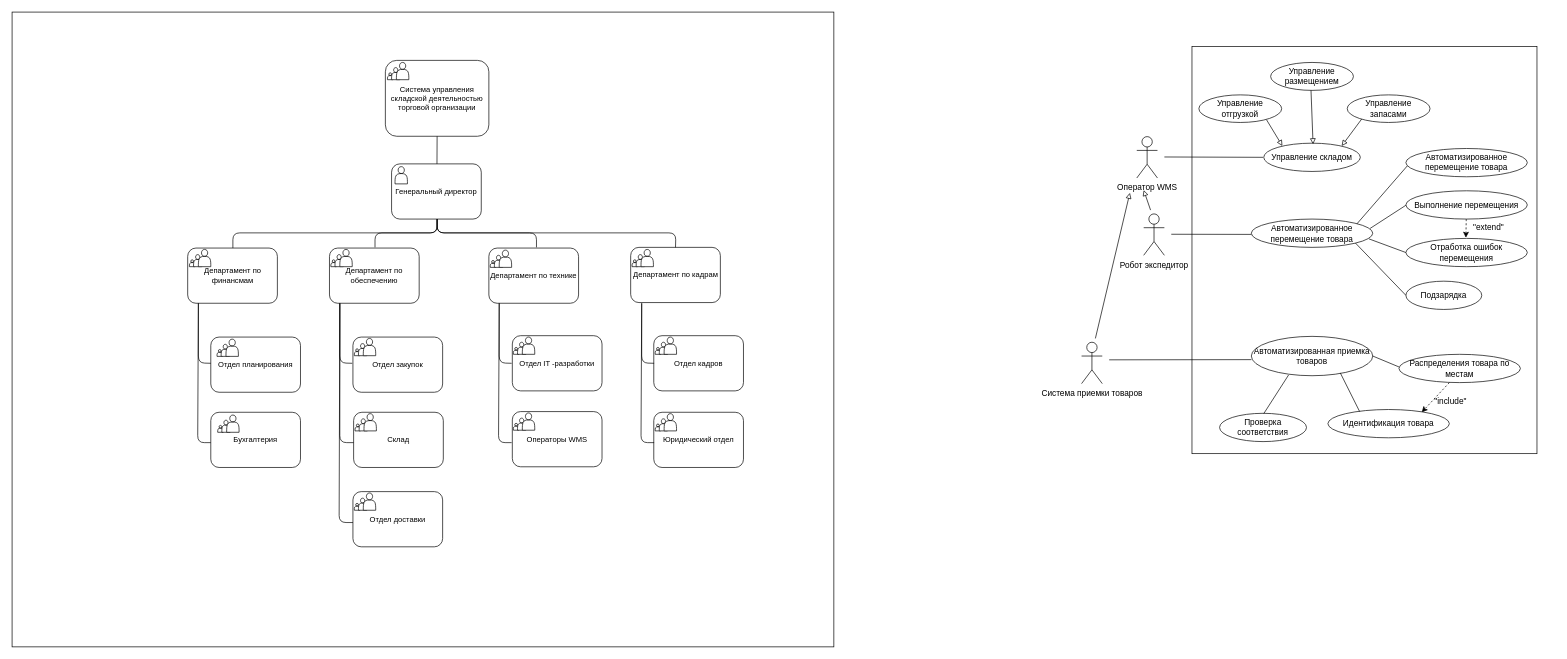
The draw.io diagram Диаграммы для ПР3.drawio in tlt15/obosnovanie-i-razrabotca-trebovaniy-k-programnim-sistemam, before the edit. Source tidied: cells renumbered, new cells numbered last; positions are measured from the earlier drawing's top-left corner, leaving out a move shared by most shapes. Both pictures are drawn from the tidied source at 69%, with x=0, y=0 at pixel (12, 12).
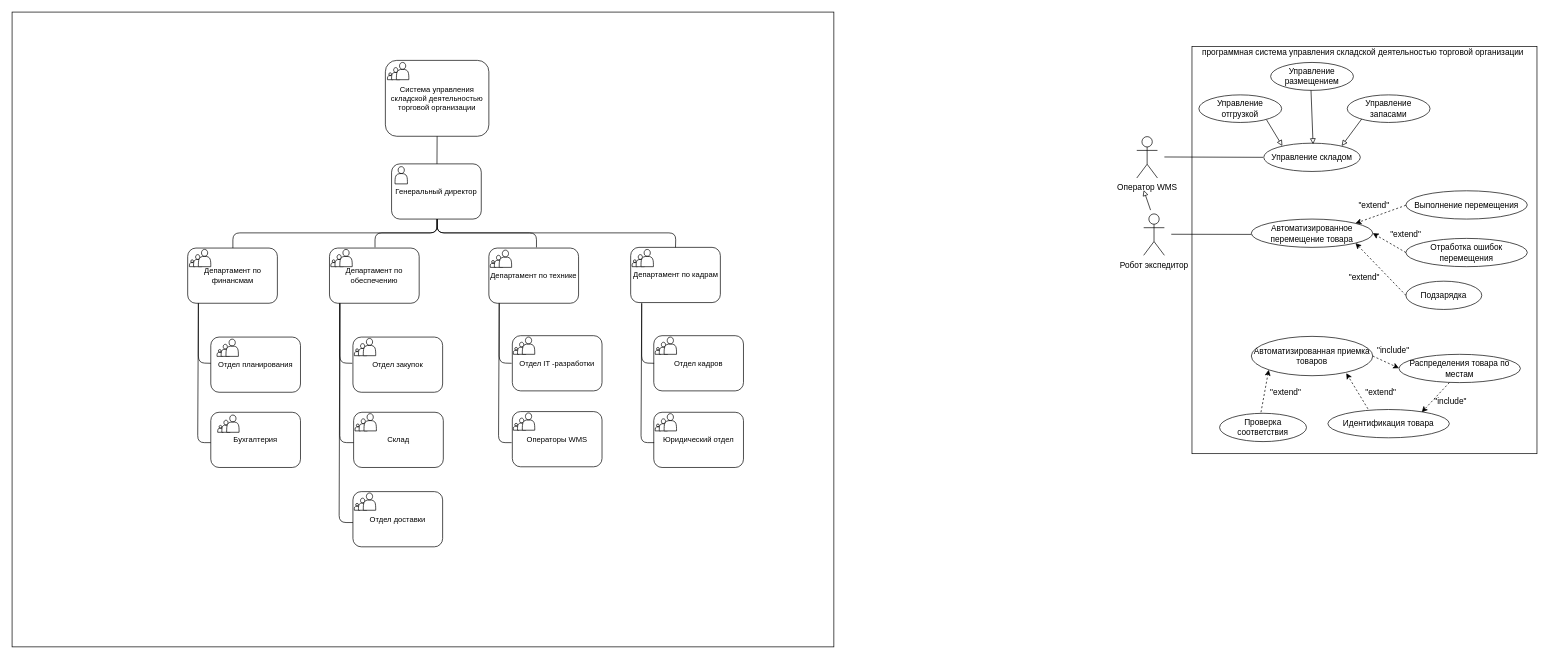
After the change.

The change refers to these unchanged cells:
```xml
<mxCell id="87" value="Автоматизированное перемещение товара" style="ellipse;whiteSpace=wrap;html=1;" parent="1" vertex="1">
  <mxGeometry x="1796" y="300" width="176" height="41" as="geometry" />
</mxCell>
<mxCell id="89" value="Автоматизированная приемка товаров" style="ellipse;whiteSpace=wrap;html=1;" parent="1" vertex="1">
  <mxGeometry x="1796" y="470" width="176" height="57" as="geometry" />
</mxCell>
<mxCell id="93" value="Отработка ошибок перемещения" style="ellipse;whiteSpace=wrap;html=1;" parent="1" vertex="1">
  <mxGeometry x="2020" y="328" width="176" height="41" as="geometry" />
</mxCell>
<mxCell id="94" value="Подзарядка" style="ellipse;whiteSpace=wrap;html=1;" parent="1" vertex="1">
  <mxGeometry x="2020" y="390" width="110" height="41" as="geometry" />
</mxCell>
```

Change to the diagram source:
```diff
@@
-    <mxCell id="78" value="Система приемки товаров" style="shape=umlActor;verticalLabelPosition=bottom;verticalAlign=top;html=1;" parent="1" vertex="1">
-      <mxGeometry x="1550" y="478.5" width="30" height="60" as="geometry" />
-    </mxCell>
@@
-    <mxCell id="90" style="endArrow=none;html=1;rounded=0;entryX=0.092;entryY=0.812;entryDx=0;entryDy=0;entryPerimeter=0;" parent="1" edge="1">
-      <mxGeometry relative="1" as="geometry">
-        <mxPoint x="1590" y="504" as="sourcePoint" />
-        <mxPoint x="1796" y="503.7" as="targetPoint" />
-      </mxGeometry>
-    </mxCell>
-    <mxCell id="91" value="Автоматизированное перемещение товара" style="ellipse;whiteSpace=wrap;html=1;" parent="1" vertex="1">
-      <mxGeometry x="2020" y="197.7" width="176" height="41" as="geometry" />
-    </mxCell>
@@
-    <mxCell id="98" style="endArrow=none;html=1;rounded=0;" parent="1" edge="1">
-      <mxGeometry relative="1" as="geometry">
-        <mxPoint x="1949" y="307" as="sourcePoint" />
-        <mxPoint x="2022" y="223" as="targetPoint" />
-      </mxGeometry>
-    </mxCell>
-    <mxCell id="99" style="endArrow=none;html=1;rounded=0;entryX=0;entryY=0.5;entryDx=0;entryDy=0;exitX=1;exitY=1;exitDx=0;exitDy=0;" parent="1" edge="1" source="87" target="94">
-      <mxGeometry relative="1" as="geometry" />
-    </mxCell>
-    <mxCell id="100" style="endArrow=none;html=1;rounded=0;exitX=0.978;exitY=0.331;exitDx=0;exitDy=0;exitPerimeter=0;" parent="1" edge="1" source="87">
-      <mxGeometry relative="1" as="geometry">
-        <mxPoint x="2020" y="280" as="targetPoint" />
-      </mxGeometry>
-    </mxCell>
-    <mxCell id="101" style="endArrow=none;html=1;rounded=0;exitX=0;exitY=0.5;exitDx=0;exitDy=0;entryX=0.969;entryY=0.701;entryDx=0;entryDy=0;entryPerimeter=0;" parent="1" edge="1" source="93" target="87">
-      <mxGeometry relative="1" as="geometry" />
-    </mxCell>
-    <mxCell id="102" style="endArrow=classic;html=1;rounded=0;dashed=1;" parent="1" edge="1">
-      <mxGeometry relative="1" as="geometry">
-        <mxPoint x="2107.5" y="300" as="sourcePoint" />
-        <mxPoint x="2107" y="327" as="targetPoint" />
-      </mxGeometry>
-    </mxCell>
-    <mxCell id="103" value="&quot;extend&quot;" style="text;html=1;align=center;verticalAlign=middle;whiteSpace=wrap;rounded=0;" parent="1" vertex="1">
-      <mxGeometry x="2110" y="298" width="60" height="30" as="geometry" />
-    </mxCell>
-    <mxCell id="104" style="endArrow=none;html=1;rounded=0;exitX=1;exitY=0.5;exitDx=0;exitDy=0;" parent="1" edge="1" source="89">
-      <mxGeometry relative="1" as="geometry">
-        <mxPoint x="2010" y="514.3" as="targetPoint" />
-      </mxGeometry>
-    </mxCell>
-    <mxCell id="105" style="endArrow=none;html=1;rounded=0;" parent="1" edge="1">
-      <mxGeometry relative="1" as="geometry">
-        <mxPoint x="1925" y="523" as="sourcePoint" />
-        <mxPoint x="1953" y="579" as="targetPoint" />
-      </mxGeometry>
-    </mxCell>
-    <mxCell id="106" style="endArrow=none;html=1;rounded=0;entryX=0.262;entryY=0.09;entryDx=0;entryDy=0;entryPerimeter=0;" parent="1" edge="1">
-      <mxGeometry relative="1" as="geometry">
-        <mxPoint x="1850" y="526" as="sourcePoint" />
-        <mxPoint x="1814" y="582" as="targetPoint" />
-      </mxGeometry>
-    </mxCell>
@@
-    <mxCell id="110" style="endArrow=block;html=1;rounded=0;endFill=0;" parent="1" edge="1">
-      <mxGeometry relative="1" as="geometry">
-        <mxPoint x="1570" y="473" as="sourcePoint" />
-        <mxPoint x="1620" y="262" as="targetPoint" />
-      </mxGeometry>
-    </mxCell>
+    <mxCell id="111" style="endArrow=classic;html=1;rounded=0;dashed=1;exitX=1;exitY=0.5;exitDx=0;exitDy=0;" parent="1" edge="1" source="89">
+      <mxGeometry relative="1" as="geometry">
+        <mxPoint x="2010" y="516" as="targetPoint" />
+      </mxGeometry>
+    </mxCell>
+    <mxCell id="112" value="&quot;include&quot;" style="text;html=1;align=center;verticalAlign=middle;whiteSpace=wrap;rounded=0;" parent="1" vertex="1">
+      <mxGeometry x="1972" y="476" width="60" height="30" as="geometry" />
+    </mxCell>
+    <mxCell id="113" style="endArrow=classic;html=1;rounded=0;dashed=1;entryX=1;entryY=0;entryDx=0;entryDy=0;" parent="1" edge="1" target="87">
+      <mxGeometry relative="1" as="geometry">
+        <mxPoint x="2020" y="280" as="sourcePoint" />
+      </mxGeometry>
+    </mxCell>
+    <mxCell id="114" value="&quot;extend&quot;" style="text;html=1;align=center;verticalAlign=middle;whiteSpace=wrap;rounded=0;" parent="1" vertex="1">
+      <mxGeometry x="1944" y="264.5" width="60" height="30" as="geometry" />
+    </mxCell>
+    <mxCell id="101" style="endArrow=classic;html=1;rounded=0;dashed=1;entryX=1;entryY=0.5;entryDx=0;entryDy=0;exitX=0;exitY=0.5;exitDx=0;exitDy=0;" parent="1" edge="1" source="93" target="87">
+      <mxGeometry relative="1" as="geometry" />
+    </mxCell>
+    <mxCell id="115" value="&quot;extend&quot;" style="text;html=1;align=center;verticalAlign=middle;whiteSpace=wrap;rounded=0;" parent="1" vertex="1">
+      <mxGeometry x="1990" y="307.5" width="60" height="30" as="geometry" />
+    </mxCell>
+    <mxCell id="116" style="endArrow=classic;html=1;rounded=0;dashed=1;entryX=1;entryY=1;entryDx=0;entryDy=0;exitX=0;exitY=0.5;exitDx=0;exitDy=0;" parent="1" edge="1" source="94" target="87">
+      <mxGeometry relative="1" as="geometry" />
+    </mxCell>
+    <mxCell id="117" value="&quot;extend&quot;" style="text;html=1;align=center;verticalAlign=middle;whiteSpace=wrap;rounded=0;" parent="1" vertex="1">
+      <mxGeometry x="1930" y="370" width="60" height="30" as="geometry" />
+    </mxCell>
+    <mxCell id="118" style="endArrow=classic;html=1;rounded=0;dashed=1;entryX=0.782;entryY=0.936;entryDx=0;entryDy=0;entryPerimeter=0;" parent="1" edge="1" target="89">
+      <mxGeometry relative="1" as="geometry">
+        <mxPoint x="1965" y="575" as="sourcePoint" />
+      </mxGeometry>
+    </mxCell>
+    <mxCell id="119" value="&quot;extend&quot;" style="text;html=1;align=center;verticalAlign=middle;whiteSpace=wrap;rounded=0;" parent="1" vertex="1">
+      <mxGeometry x="1954" y="537" width="60" height="30" as="geometry" />
+    </mxCell>
+    <mxCell id="120" style="endArrow=classic;html=1;rounded=0;dashed=1;entryX=0;entryY=1;entryDx=0;entryDy=0;" parent="1" edge="1" target="89">
+      <mxGeometry relative="1" as="geometry">
+        <mxPoint x="1810" y="580" as="sourcePoint" />
+      </mxGeometry>
+    </mxCell>
+    <mxCell id="121" value="&quot;extend&quot;" style="text;html=1;align=center;verticalAlign=middle;whiteSpace=wrap;rounded=0;" parent="1" vertex="1">
+      <mxGeometry x="1816" y="537" width="60" height="30" as="geometry" />
+    </mxCell>
+    <mxCell id="122" value="программная система управления складской деятельностью торговой организации" style="text;html=1;align=center;verticalAlign=middle;whiteSpace=wrap;rounded=0;" parent="1" vertex="1">
+      <mxGeometry x="1680" y="43" width="556" height="30" as="geometry" />
+    </mxCell>
```
